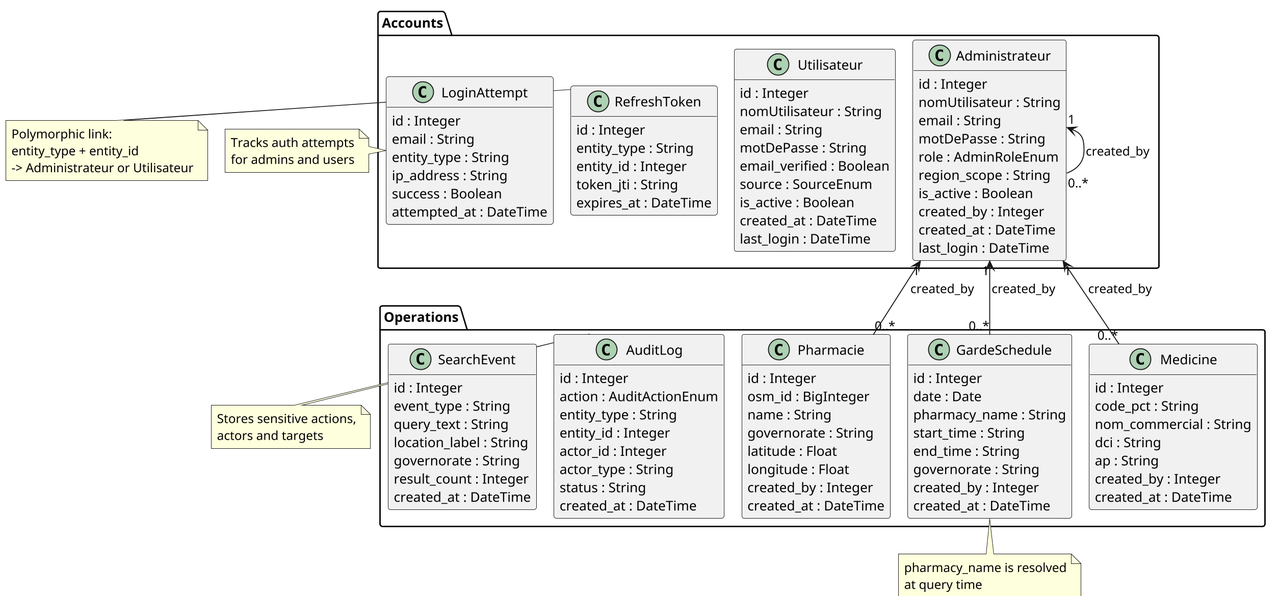
Before: PFE_Pharmacie_Garde_Teyeb/rapport_pfe/Figures/plantuml/class_diagram.png, a diagram exported from PlantUML (moha02tb/PFE).
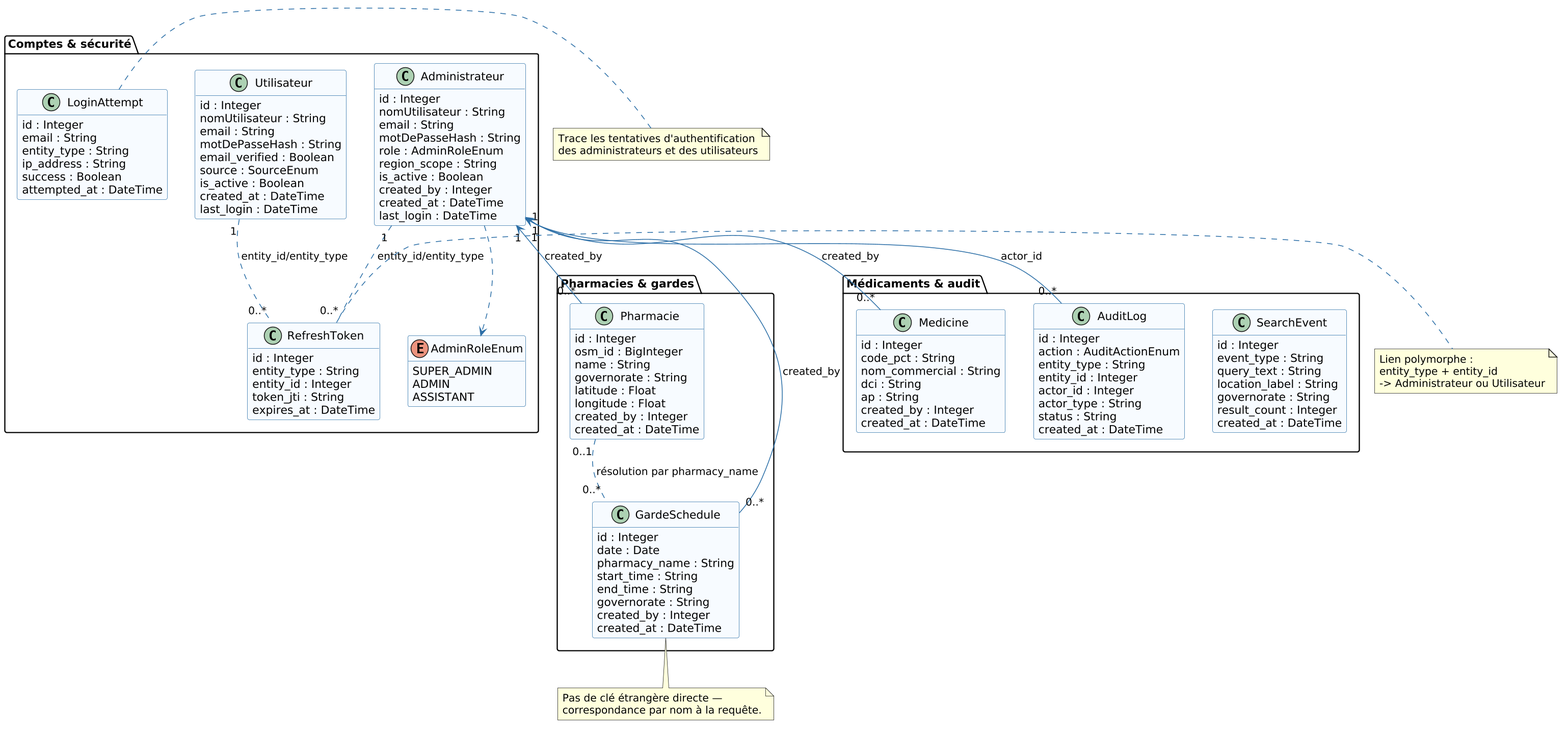
Above is the later version.

Change to the diagram source:
```diff
@@ -1,18 +1,22 @@
 @startuml
-!pragma layout smetana
 skinparam backgroundColor white
 skinparam shadowing false
-skinparam dpi 180
+skinparam dpi 150
 skinparam classAttributeIconSize 0
+skinparam class {
+  BackgroundColor #F6FAFE
+  BorderColor #2C6FA6
+  ArrowColor #2C6FA6
+}
 hide methods
 hide empty members
 
-package "Accounts" {
+package "Comptes & sécurité" {
   class Administrateur {
     id : Integer
     nomUtilisateur : String
     email : String
-    motDePasse : String
+    motDePasseHash : String
     role : AdminRoleEnum
     region_scope : String
     is_active : Boolean
@@ -20,19 +24,22 @@
     created_at : DateTime
     last_login : DateTime
   }
-
   class Utilisateur {
     id : Integer
     nomUtilisateur : String
     email : String
-    motDePasse : String
+    motDePasseHash : String
     email_verified : Boolean
     source : SourceEnum
     is_active : Boolean
     created_at : DateTime
     last_login : DateTime
   }
-
+  enum AdminRoleEnum {
+    SUPER_ADMIN
+    ADMIN
+    ASSISTANT
+  }
   class RefreshToken {
     id : Integer
     entity_type : String
@@ -40,7 +47,6 @@
     token_jti : String
     expires_at : DateTime
   }
-
   class LoginAttempt {
     id : Integer
     email : String
@@ -51,7 +57,7 @@
   }
 }
 
-package "Operations" {
+package "Pharmacies & gardes" {
   class Pharmacie {
     id : Integer
     osm_id : BigInteger
@@ -62,7 +68,6 @@
     created_by : Integer
     created_at : DateTime
   }
-
   class GardeSchedule {
     id : Integer
     date : Date
@@ -73,7 +78,9 @@
     created_by : Integer
     created_at : DateTime
   }
+}
 
+package "Médicaments & audit" {
   class Medicine {
     id : Integer
     code_pct : String
@@ -83,7 +90,6 @@
     created_by : Integer
     created_at : DateTime
   }
-
   class AuditLog {
     id : Integer
     action : AuditActionEnum
@@ -94,7 +100,6 @@
     status : String
     created_at : DateTime
   }
-
   class SearchEvent {
     id : Integer
     event_type : String
@@ -106,30 +111,29 @@
   }
 }
 
-Administrateur "1" <-- "0..*" Administrateur : created_by
+Administrateur ..> AdminRoleEnum
+
 Administrateur "1" <-- "0..*" Pharmacie : created_by
 Administrateur "1" <-- "0..*" GardeSchedule : created_by
 Administrateur "1" <-- "0..*" Medicine : created_by
+Administrateur "1" <-- "0..*" AuditLog : actor_id
+Utilisateur "1" .. "0..*" RefreshToken : entity_id/entity_type
+Administrateur "1" .. "0..*" RefreshToken : entity_id/entity_type
+Pharmacie "0..1" .. "0..*" GardeSchedule : résolution par pharmacy_name
+
+note bottom of GardeSchedule
+Pas de clé étrangère directe —
+correspondance par nom à la requête.
+end note
 
 note right of RefreshToken
-Polymorphic link:
+Lien polymorphe :
 entity_type + entity_id
--> Administrateur or Utilisateur
+-> Administrateur ou Utilisateur
 end note
 
 note right of LoginAttempt
-Tracks auth attempts
-for admins and users
+Trace les tentatives d'authentification
+des administrateurs et des utilisateurs
 end note
-
-note right of AuditLog
-Stores sensitive actions,
-actors and targets
-end note
-
-note bottom of GardeSchedule
-pharmacy_name is resolved
-at query time
-end note
-
 @enduml
```
